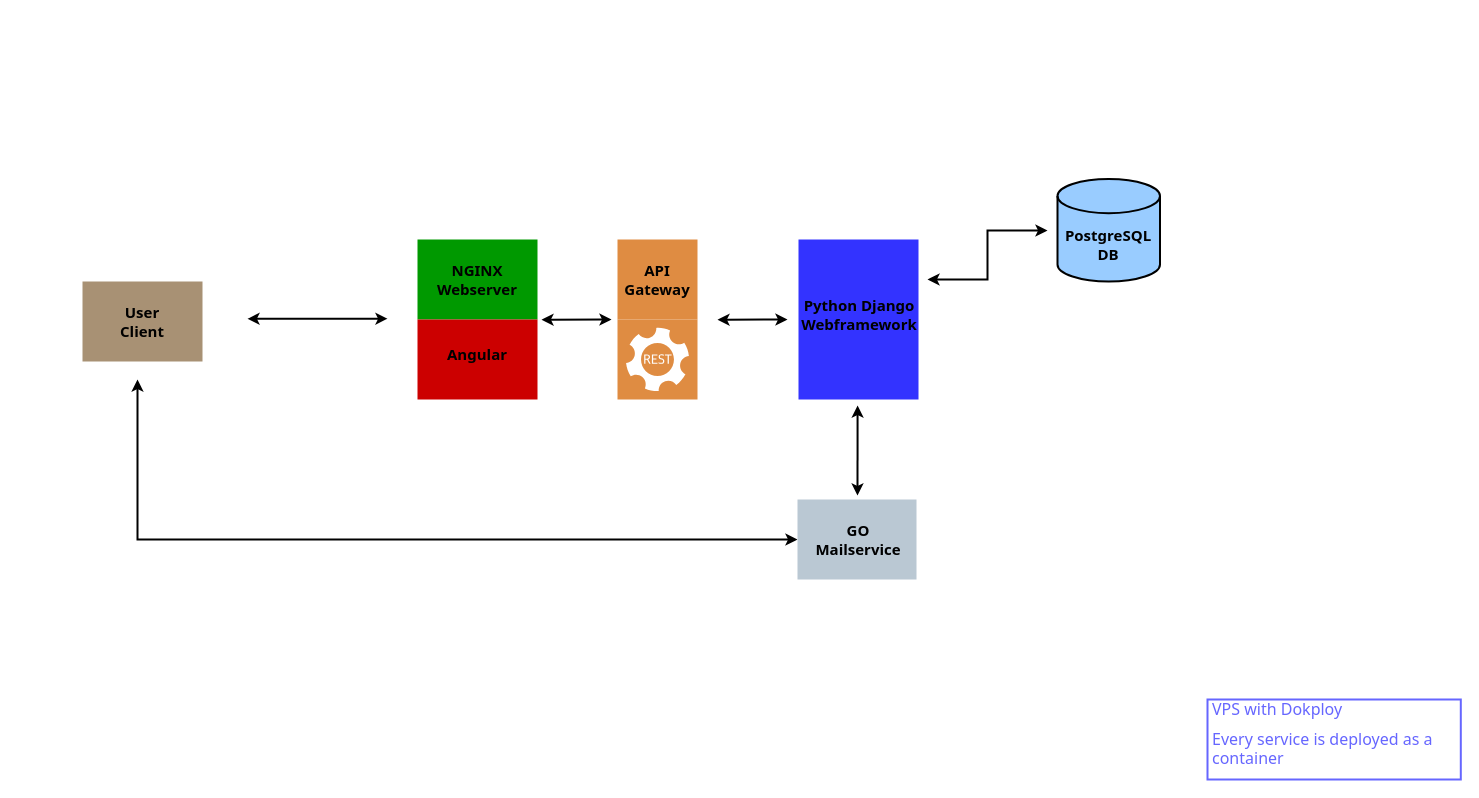
This is system_architecture.dio from dhbw-wi22a/project_models_diagrams, a draw.io file, before an edit. Source tidied: cells renumbered, new cells numbered last; positions are measured from the earlier drawing's top-left corner, leaving out a move shared by most shapes. Both pictures are drawn from the tidied source at 100%, with x=0, y=0 at pixel (82, 179).
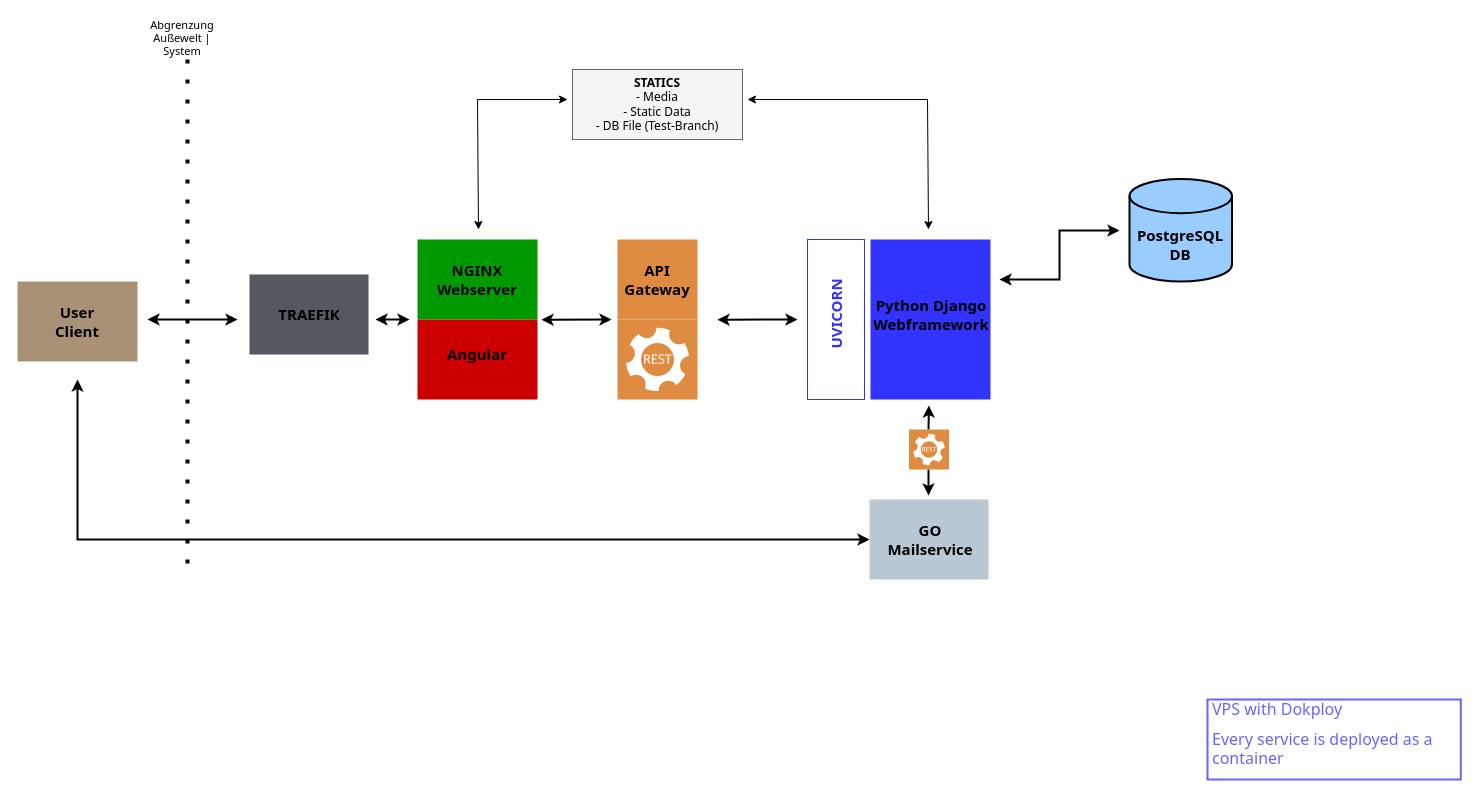
The same diagram, later.

Commit message (it also covers changes not shown here):
add: use case dia, edit: system architecture dia

Change to the diagram source:
```diff
@@
     <mxCell id="2" style="whiteSpace=wrap;html=1;fillColor=#A89174;strokeColor=none;fontFamily=Tahoma;" parent="1" vertex="1">
-      <mxGeometry y="102" width="120" height="80" as="geometry" />
+      <mxGeometry x="-65" y="102" width="120" height="80" as="geometry" />
     </mxCell>
     <mxCell id="3" value="&lt;b&gt;&lt;font style=&quot;font-size: 15px;&quot;&gt;User Client&lt;/font&gt;&lt;/b&gt;" style="text;strokeColor=none;align=center;fillColor=none;html=1;verticalAlign=middle;whiteSpace=wrap;rounded=0;fontFamily=Tahoma;" parent="1" vertex="1">
-      <mxGeometry x="30" y="124.5" width="60" height="35" as="geometry" />
+      <mxGeometry x="-35" y="124.5" width="60" height="35" as="geometry" />
     </mxCell>
@@
     <mxCell id="8" style="edgeStyle=elbowEdgeStyle;rounded=0;html=1;strokeColor=#000000;strokeWidth=2;fontFamily=Tahoma;fontSize=15;fontColor=#FF0000;startArrow=classic;startFill=1;endArrow=classic;endFill=1;startSize=6;jumpSize=0;" parent="1" edge="1">
       <mxGeometry relative="1" as="geometry">
-        <mxPoint x="845" y="100" as="sourcePoint" />
-        <mxPoint x="965" y="51" as="targetPoint" />
+        <mxPoint x="917" y="100" as="sourcePoint" />
+        <mxPoint x="1037" y="51" as="targetPoint" />
       </mxGeometry>
     </mxCell>
-    <mxCell id="9" style="edgeStyle=elbowEdgeStyle;rounded=0;jumpSize=0;html=1;strokeColor=#000000;strokeWidth=2;fontFamily=Tahoma;fontSize=15;fontColor=#FF0000;startArrow=classic;startFill=1;endArrow=classic;endFill=1;startSize=6;" parent="1" edge="1">
+    <mxCell id="9" style="edgeStyle=elbowEdgeStyle;rounded=0;jumpSize=0;html=1;strokeColor=#000000;strokeWidth=2;fontFamily=Tahoma;fontSize=15;fontColor=#FF0000;startArrow=none;startFill=1;endArrow=classic;endFill=1;startSize=6;" parent="1" edge="1" source="34">
       <mxGeometry relative="1" as="geometry">
-        <mxPoint x="775.1" y="226" as="sourcePoint" />
-        <mxPoint x="775" y="316" as="targetPoint" />
+        <mxPoint x="846.3" y="316" as="targetPoint" />
       </mxGeometry>
     </mxCell>
     <mxCell id="10" style="whiteSpace=wrap;html=1;fillColor=#3333FF;fontColor=#ffffff;strokeColor=none;fontFamily=Tahoma;" parent="1" vertex="1">
-      <mxGeometry x="716" y="60" width="120" height="160" as="geometry" />
+      <mxGeometry x="788" y="60" width="120" height="160" as="geometry" />
     </mxCell>
     <mxCell id="11" value="&lt;b&gt;&lt;font style=&quot;font-size: 15px;&quot;&gt;Python Django Webframework&lt;br&gt;&lt;/font&gt;&lt;/b&gt;" style="text;strokeColor=none;align=center;fillColor=none;html=1;verticalAlign=middle;whiteSpace=wrap;rounded=0;fontFamily=Tahoma;" parent="1" vertex="1">
-      <mxGeometry x="747" y="120" width="60" height="30" as="geometry" />
+      <mxGeometry x="819" y="120" width="60" height="30" as="geometry" />
     </mxCell>
     <mxCell id="12" style="edgeStyle=elbowEdgeStyle;rounded=0;jumpSize=0;html=1;strokeColor=#000000;strokeWidth=2;fontFamily=Tahoma;fontSize=15;fontColor=#FF0000;startArrow=classic;startFill=1;endArrow=classic;endFill=1;startSize=6;" parent="1" edge="1" source="13">
       <mxGeometry relative="1" as="geometry">
-        <mxPoint x="55" y="200" as="targetPoint" />
+        <mxPoint x="-5" y="200" as="targetPoint" />
         <Array as="points">
-          <mxPoint x="55" y="360" />
+          <mxPoint x="-5" y="360" />
           <mxPoint x="505" y="360" />
           <mxPoint x="45" y="330" />
         </Array>
       </mxGeometry>
     </mxCell>
     <mxCell id="13" style="whiteSpace=wrap;html=1;fillColor=#bac8d3;strokeColor=none;fontFamily=Tahoma;" parent="1" vertex="1">
-      <mxGeometry x="715" y="320" width="119" height="80" as="geometry" />
+      <mxGeometry x="787" y="320" width="119" height="80" as="geometry" />
     </mxCell>
     <mxCell id="14" value="&lt;b&gt;&lt;font style=&quot;font-size: 15px;&quot;&gt;GO Mailservice&lt;br&gt;&lt;/font&gt;&lt;/b&gt;" style="text;strokeColor=none;align=center;fillColor=none;html=1;verticalAlign=middle;whiteSpace=wrap;rounded=0;fontFamily=Tahoma;horizontal=1;" parent="1" vertex="1">
-      <mxGeometry x="746" y="345" width="60" height="30" as="geometry" />
+      <mxGeometry x="818" y="345" width="60" height="30" as="geometry" />
     </mxCell>
     <mxCell id="15" style="strokeWidth=2;html=1;shape=mxgraph.flowchart.database;whiteSpace=wrap;rounded=0;shadow=0;glass=0;labelBackgroundColor=none;labelBorderColor=none;sketch=0;fillStyle=auto;strokeColor=default;fontFamily=Tahoma;fontSize=15;fontColor=#FF0000;fillColor=#99CCFF;gradientColor=none;" parent="1" vertex="1">
-      <mxGeometry x="975" y="-0.5" width="102.5" height="102.5" as="geometry" />
+      <mxGeometry x="1047" y="-0.5" width="102.5" height="102.5" as="geometry" />
     </mxCell>
     <mxCell id="16" value="&lt;b&gt;&lt;font style=&quot;font-size: 15px;&quot;&gt;PostgreSQL&lt;br&gt;DB&lt;br&gt;&lt;/font&gt;&lt;/b&gt;" style="text;strokeColor=none;align=center;fillColor=none;html=1;verticalAlign=middle;whiteSpace=wrap;rounded=0;fontFamily=Tahoma;horizontal=1;" parent="1" vertex="1">
-      <mxGeometry x="996.2" y="50" width="60" height="30" as="geometry" />
+      <mxGeometry x="1068.2" y="50" width="60" height="30" as="geometry" />
     </mxCell>
     <mxCell id="17" style="edgeStyle=none;orthogonalLoop=1;jettySize=auto;html=1;fontFamily=Tahoma;fontSize=15;fontColor=#FF0000;rounded=1;strokeWidth=2;strokeColor=#000000;endArrow=classic;endFill=1;startArrow=classic;startFill=1;" parent="1" edge="1">
       <mxGeometry relative="1" as="geometry">
-        <mxPoint x="165" y="139.3" as="sourcePoint" />
-        <mxPoint x="305" y="139.2" as="targetPoint" />
+        <mxPoint x="65" y="140" as="sourcePoint" />
+        <mxPoint x="155" y="140" as="targetPoint" />
       </mxGeometry>
     </mxCell>
@@
     <mxCell id="20" style="edgeStyle=none;orthogonalLoop=1;jettySize=auto;html=1;fontFamily=Tahoma;fontSize=15;fontColor=#FF0000;rounded=1;strokeWidth=2;strokeColor=#000000;endArrow=classic;endFill=1;startArrow=classic;startFill=1;" parent="1" edge="1">
       <mxGeometry relative="1" as="geometry">
         <mxPoint x="635" y="140.2" as="sourcePoint" />
-        <mxPoint x="705" y="140" as="targetPoint" />
+        <mxPoint x="715" y="140" as="targetPoint" />
       </mxGeometry>
     </mxCell>
@@
+    <mxCell id="24" value="&lt;font color=&quot;#000000&quot;&gt;&lt;b style=&quot;&quot;&gt;STATICS&lt;/b&gt;&lt;br&gt;- Media&lt;br&gt;- Static Data&lt;br&gt;- DB File (Test-Branch)&lt;/font&gt;" style="whiteSpace=wrap;html=1;fillColor=#f5f5f5;strokeColor=#666666;fontFamily=Tahoma;fontColor=#333333;" parent="1" vertex="1">
+      <mxGeometry x="490" y="-110" width="170" height="70" as="geometry" />
+    </mxCell>
+    <mxCell id="25" style="whiteSpace=wrap;html=1;fillColor=#FFFFFF;fontColor=#ffffff;strokeColor=#3233ff;fontFamily=Tahoma;" parent="1" vertex="1">
+      <mxGeometry x="725" y="60" width="57" height="160" as="geometry" />
+    </mxCell>
+    <mxCell id="26" value="&lt;b&gt;&lt;font style=&quot;font-size: 15px;&quot;&gt;UVICORN&lt;br&gt;&lt;/font&gt;&lt;/b&gt;" style="text;strokeColor=none;align=center;fillColor=none;html=1;verticalAlign=middle;whiteSpace=wrap;rounded=0;fontFamily=Tahoma;horizontal=0;fontColor=#3233ff;" parent="1" vertex="1">
+      <mxGeometry x="723.5" y="120" width="60" height="30" as="geometry" />
+    </mxCell>
+    <mxCell id="27" style="whiteSpace=wrap;html=1;fillColor=#53595E;strokeColor=none;fontFamily=Tahoma;" parent="1" vertex="1">
+      <mxGeometry x="167" y="95" width="119" height="80" as="geometry" />
+    </mxCell>
+    <mxCell id="28" value="&lt;b&gt;&lt;font style=&quot;font-size: 15px;&quot;&gt;TRAEFIK&lt;br&gt;&lt;/font&gt;&lt;/b&gt;" style="text;strokeColor=none;align=center;fillColor=none;html=1;verticalAlign=middle;whiteSpace=wrap;rounded=0;fontFamily=Tahoma;horizontal=1;" parent="1" vertex="1">
+      <mxGeometry x="196.5" y="120" width="60" height="30" as="geometry" />
+    </mxCell>
+    <mxCell id="29" style="edgeStyle=none;orthogonalLoop=1;jettySize=auto;html=1;fontFamily=Tahoma;fontSize=15;fontColor=#FF0000;rounded=1;strokeWidth=2;strokeColor=#000000;endArrow=classic;endFill=1;startArrow=classic;startFill=1;" parent="1" edge="1">
+      <mxGeometry relative="1" as="geometry">
+        <mxPoint x="293" y="140" as="sourcePoint" />
+        <mxPoint x="327" y="140" as="targetPoint" />
+      </mxGeometry>
+    </mxCell>
+    <mxCell id="30" style="edgeStyle=none;orthogonalLoop=1;jettySize=auto;html=1;fontColor=#3233ff;strokeColor=#000000;startArrow=classic;startFill=1;endArrow=classic;endFill=1;rounded=0;" parent="1" edge="1">
+      <mxGeometry relative="1" as="geometry">
+        <mxPoint x="846" y="50" as="sourcePoint" />
+        <mxPoint x="665" y="-80" as="targetPoint" />
+        <Array as="points">
+          <mxPoint x="845" y="-80" />
+        </Array>
+      </mxGeometry>
+    </mxCell>
+    <mxCell id="31" style="edgeStyle=none;orthogonalLoop=1;jettySize=auto;html=1;fontColor=#3233ff;strokeColor=#000000;startArrow=classic;startFill=1;endArrow=classic;endFill=1;rounded=0;" parent="1" edge="1">
+      <mxGeometry relative="1" as="geometry">
+        <mxPoint x="396" y="50" as="sourcePoint" />
+        <mxPoint x="485" y="-80" as="targetPoint" />
+        <Array as="points">
+          <mxPoint x="395" y="-80" />
+        </Array>
+      </mxGeometry>
+    </mxCell>
+    <mxCell id="32" style="edgeStyle=none;orthogonalLoop=1;jettySize=auto;html=1;rounded=1;strokeColor=#000000;fontColor=none;startArrow=none;startFill=0;endArrow=none;endFill=0;dashed=1;dashPattern=1 4;fontSize=15;noLabel=1;shadow=0;strokeWidth=4;" parent="1" edge="1">
+      <mxGeometry relative="1" as="geometry">
+        <mxPoint x="105" y="-120" as="sourcePoint" />
+        <mxPoint x="105" y="390" as="targetPoint" />
+      </mxGeometry>
+    </mxCell>
+    <mxCell id="33" style="edgeStyle=elbowEdgeStyle;rounded=0;jumpSize=0;html=1;strokeColor=#000000;strokeWidth=2;fontFamily=Tahoma;fontSize=15;fontColor=#FF0000;startArrow=classic;startFill=1;endArrow=none;endFill=1;startSize=6;" parent="1" edge="1" target="34">
+      <mxGeometry relative="1" as="geometry">
+        <mxPoint x="846.4" y="226" as="sourcePoint" />
+      </mxGeometry>
+    </mxCell>
+    <mxCell id="34" style="sketch=0;shadow=0;dashed=0;html=1;strokeColor=none;fillColor=#DF8C42;labelPosition=center;verticalLabelPosition=bottom;verticalAlign=top;align=center;outlineConnect=0;shape=mxgraph.veeam2.restful_api;rounded=0;glass=0;labelBackgroundColor=none;labelBorderColor=none;fillStyle=auto;strokeWidth=5;fontFamily=Tahoma;fontSize=15;fontColor=#FF0000;" parent="1" vertex="1">
+      <mxGeometry x="826.5" y="250" width="40" height="40" as="geometry" />
+    </mxCell>
+    <mxCell id="35" value="&lt;span style=&quot;font-size: 11px;&quot;&gt;&lt;font style=&quot;font-size: 11px;&quot;&gt;Abgrenzung &lt;br style=&quot;font-size: 11px;&quot;&gt;Außewelt | System&lt;/font&gt;&lt;/span&gt;" style="text;align=center;html=1;verticalAlign=middle;whiteSpace=wrap;rounded=0;fontFamily=Tahoma;fontStyle=0;fontSize=11;fillColor=default;" parent="1" vertex="1">
+      <mxGeometry x="51" y="-160" width="98" height="35" as="geometry" />
+    </mxCell>
```
